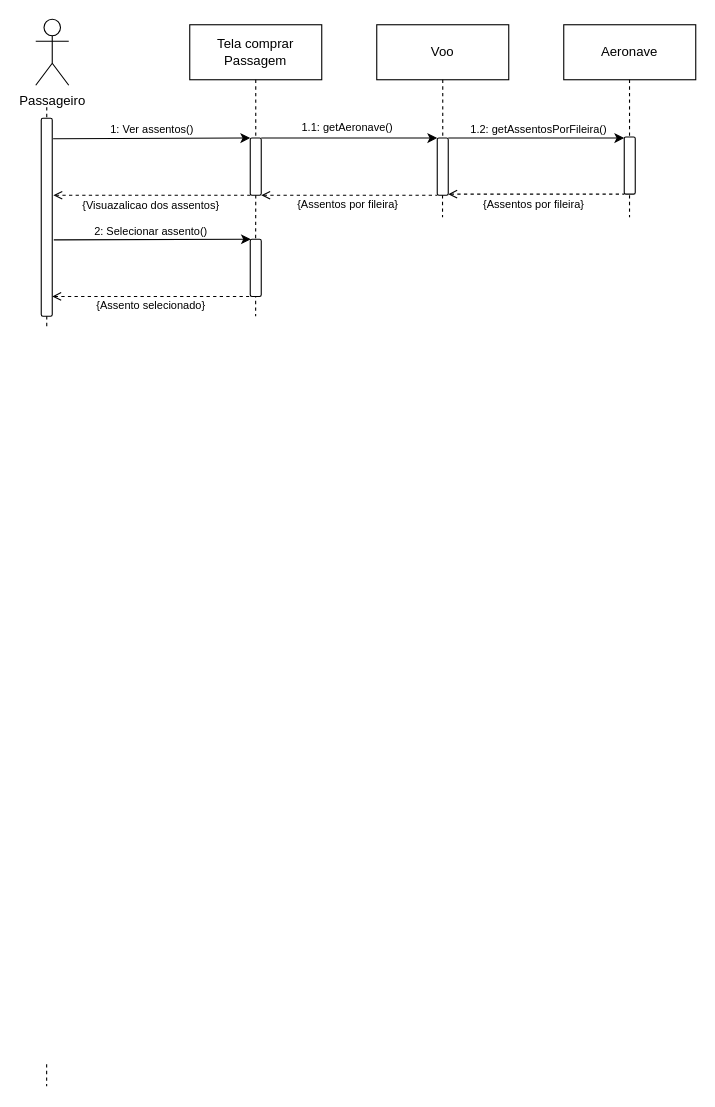
Before: Diagramas/Eng_de_Software/Modelos/Sequencia/Reservar_Assento.drawio in GabrielGMori/trabalho-conclus-o-ano, a draw.io diagram. Source tidied: cells renumbered, new cells numbered last; positions are measured from the earlier drawing's top-left corner, leaving out a move shared by most shapes. Both pictures are drawn from the tidied source at 110%, with x=0, y=0 at pixel (35, 19).
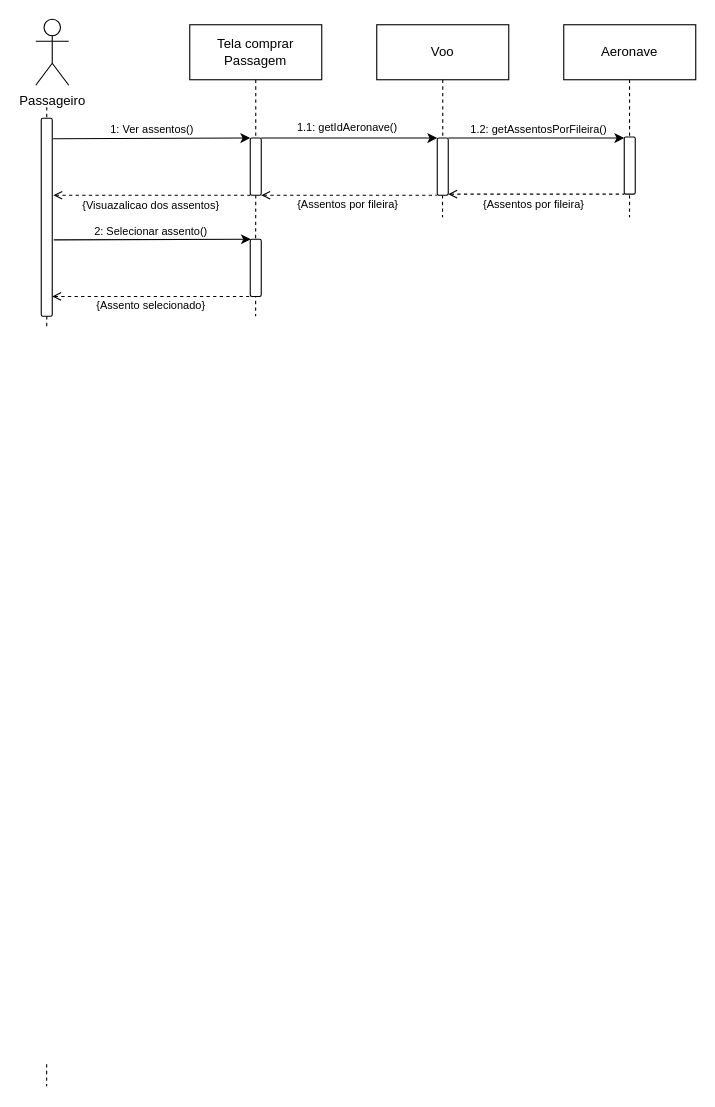
Above is the later version.

Change to the diagram source:
```diff
@@
-    <mxCell id="17" value="&lt;font&gt;1.1: &lt;/font&gt;&lt;font&gt;getAeronave()&lt;/font&gt;" style="text;html=1;align=center;verticalAlign=middle;whiteSpace=wrap;rounded=0;fontSize=10;" parent="1" vertex="1">
+    <mxCell id="17" value="&lt;font&gt;1.1: &lt;/font&gt;&lt;font&gt;getIdAeronave()&lt;/font&gt;" style="text;html=1;align=center;verticalAlign=middle;whiteSpace=wrap;rounded=0;fontSize=10;" parent="1" vertex="1">
       <mxGeometry x="214" y="88" width="139" height="20" as="geometry" />
     </mxCell>
```
